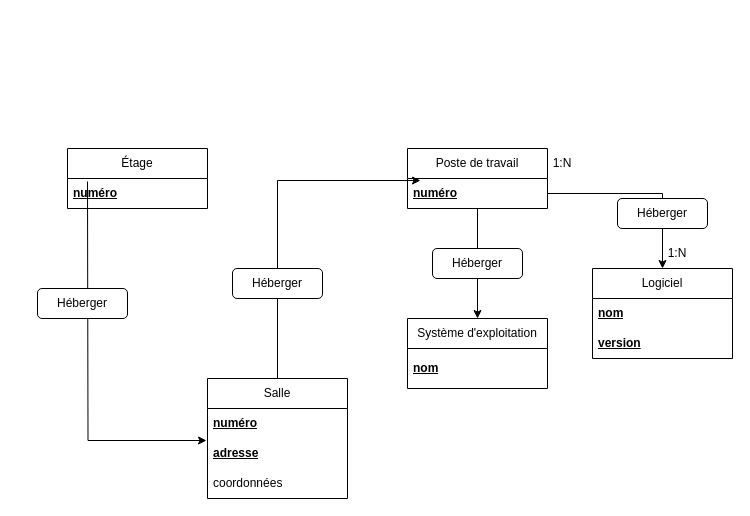
Before: TP-2-Modélisation et manipulation des données sous MySQL/Diagramme sans nom.drawio in florian-alb/administration-bdd-2025, a draw.io diagram. Source tidied: cells renumbered, new cells numbered last; positions are measured from the earlier drawing's top-left corner, leaving out a move shared by most shapes. Both pictures are drawn from the tidied source at 100%, with x=0, y=0 at pixel (37, 148).
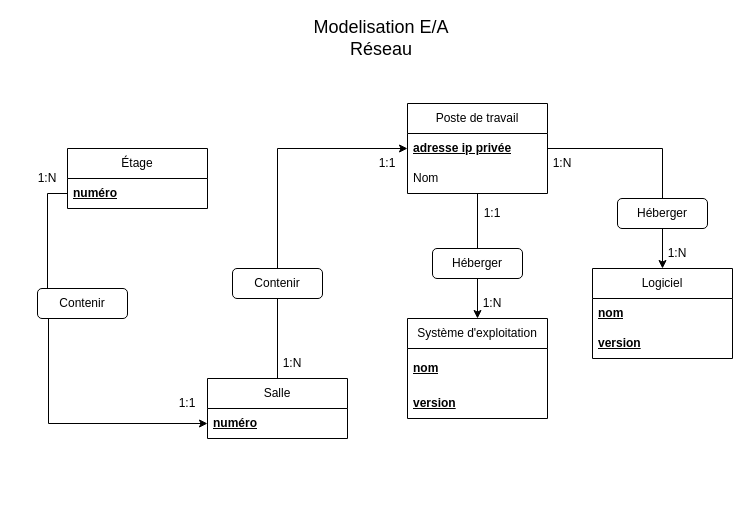
Above is the later version.

Commit message (it also covers changes not shown here):
Mettre à jour Diagramme sans nom.drawio

Unchanged cells that the change refers to:
```xml
<mxCell id="3" value="&lt;b&gt;&lt;u&gt;numéro&lt;/u&gt;&lt;/b&gt;" style="text;strokeColor=none;fillColor=none;align=left;verticalAlign=middle;spacingLeft=4;spacingRight=4;overflow=hidden;points=[[0,0.5],[1,0.5]];portConstraint=eastwest;whiteSpace=wrap;html=1;" parent="2" vertex="1">
  <mxGeometry y="30" width="140" height="30" as="geometry" />
</mxCell>
<mxCell id="14" value="&lt;b&gt;&lt;u&gt;numéro&lt;/u&gt;&lt;/b&gt;" style="text;strokeColor=none;fillColor=none;align=left;verticalAlign=middle;spacingLeft=4;spacingRight=4;overflow=hidden;points=[[0,0.5],[1,0.5]];portConstraint=eastwest;whiteSpace=wrap;html=1;" parent="13" vertex="1">
  <mxGeometry y="30" width="140" height="30" as="geometry" />
</mxCell>
```

Change to the diagram source:
```diff
@@
     <mxCell id="4" value="Système d'exploitation" style="swimlane;fontStyle=0;horizontal=1;startSize=30;whiteSpace=wrap;html=1;" parent="1" vertex="1">
-      <mxGeometry x="370" y="170" width="140" height="70" as="geometry" />
+      <mxGeometry x="370" y="170" width="140" height="100" as="geometry" />
     </mxCell>
@@
+    <mxCell id="25" value="&lt;b&gt;&lt;u&gt;version&lt;/u&gt;&lt;/b&gt;" style="text;strokeColor=none;fillColor=none;align=left;verticalAlign=middle;spacingLeft=4;spacingRight=4;overflow=hidden;whiteSpace=wrap;html=1;" parent="4" vertex="1">
+      <mxGeometry y="70" width="140" height="30" as="geometry" />
+    </mxCell>
@@
     <mxCell id="8" value="Poste de travail" style="swimlane;fontStyle=0;horizontal=1;startSize=30;whiteSpace=wrap;html=1;" parent="1" vertex="1">
-      <mxGeometry x="370" width="140" height="60" as="geometry" />
+      <mxGeometry x="370" y="-45" width="140" height="90" as="geometry" />
     </mxCell>
-    <mxCell id="9" value="&lt;b&gt;&lt;u&gt;numéro&lt;/u&gt;&lt;/b&gt;" style="text;strokeColor=none;fillColor=none;align=left;verticalAlign=middle;spacingLeft=4;spacingRight=4;overflow=hidden;points=[[0,0.5],[1,0.5]];portConstraint=eastwest;whiteSpace=wrap;html=1;" parent="8" vertex="1">
+    <mxCell id="9" value="&lt;b&gt;&lt;u&gt;adresse ip privée&lt;/u&gt;&lt;/b&gt;" style="text;strokeColor=none;fillColor=none;align=left;verticalAlign=middle;spacingLeft=4;spacingRight=4;overflow=hidden;points=[[0,0.5],[1,0.5]];portConstraint=eastwest;whiteSpace=wrap;html=1;" parent="8" vertex="1">
       <mxGeometry y="30" width="140" height="30" as="geometry" />
     </mxCell>
+    <mxCell id="26" value="Nom" style="text;strokeColor=none;fillColor=none;align=left;verticalAlign=middle;spacingLeft=4;spacingRight=4;overflow=hidden;whiteSpace=wrap;html=1;" parent="8" vertex="1">
+      <mxGeometry y="60" width="140" height="30" as="geometry" />
+    </mxCell>
@@
     <mxCell id="13" value="Salle" style="swimlane;fontStyle=0;horizontal=1;startSize=30;whiteSpace=wrap;html=1;" parent="1" vertex="1">
-      <mxGeometry x="170" y="230" width="140" height="120" as="geometry" />
+      <mxGeometry x="170" y="230" width="140" height="60" as="geometry" />
     </mxCell>
@@
-    <mxCell id="15" value="&lt;b&gt;&lt;u&gt;adresse&lt;/u&gt;&lt;/b&gt;" style="text;strokeColor=none;fillColor=none;align=left;verticalAlign=middle;spacingLeft=4;spacingRight=4;overflow=hidden;points=[[0,0.5],[1,0.5]];portConstraint=eastwest;whiteSpace=wrap;html=1;" parent="13" vertex="1">
-      <mxGeometry y="60" width="140" height="30" as="geometry" />
-    </mxCell>
-    <mxCell id="16" value="coordonnées" style="text;strokeColor=none;fillColor=none;align=left;verticalAlign=middle;spacingLeft=4;spacingRight=4;overflow=hidden;whiteSpace=wrap;html=1;" parent="13" vertex="1">
-      <mxGeometry y="90" width="140" height="30" as="geometry" />
-    </mxCell>
@@
-    <mxCell id="19" style="edgeStyle=orthogonalEdgeStyle;rounded=0;jettySize=auto;html=1;entryX=-0.007;entryY=0.067;entryDx=0;entryDy=0;entryPerimeter=0;" parent="1" edge="1" target="15">
+    <mxCell id="19" style="edgeStyle=orthogonalEdgeStyle;rounded=0;jettySize=auto;html=1;exitX=0;exitY=0.5;exitDx=0;exitDy=0;entryX=0;entryY=0.5;entryDx=0;entryDy=0;" parent="1" edge="1" source="3" target="14">
       <mxGeometry relative="1" as="geometry">
-        <mxPoint x="50" y="33" as="sourcePoint" />
+        <Array as="points">
+          <mxPoint x="10" y="45" />
+          <mxPoint x="10" y="168" />
+          <mxPoint x="11" y="168" />
+          <mxPoint x="11" y="275" />
+        </Array>
       </mxGeometry>
     </mxCell>
+    <mxCell id="21" value="Contenir" style="rounded=1;whiteSpace=wrap;html=1;" parent="1" vertex="1">
+      <mxGeometry y="140" width="90" height="30" as="geometry" />
+    </mxCell>
-    <mxCell id="20" style="edgeStyle=orthogonalEdgeStyle;rounded=0;jettySize=auto;html=1;entryX=0.093;entryY=0.067;entryDx=0;entryDy=0;entryPerimeter=0;" parent="1" edge="1" source="13" target="9">
+    <mxCell id="20" style="edgeStyle=orthogonalEdgeStyle;rounded=0;jettySize=auto;html=1;entryX=0;entryY=0.5;entryDx=0;entryDy=0;" parent="1" edge="1" source="13" target="9">
       <mxGeometry relative="1" as="geometry" />
     </mxCell>
-    <mxCell id="21" value="Héberger" style="rounded=1;whiteSpace=wrap;html=1;" parent="1" vertex="1">
-      <mxGeometry y="140" width="90" height="30" as="geometry" />
-    </mxCell>
-    <mxCell id="22" value="Héberger" style="rounded=1;whiteSpace=wrap;html=1;" parent="1" vertex="1">
+    <mxCell id="22" value="Contenir" style="rounded=1;whiteSpace=wrap;html=1;" parent="1" vertex="1">
       <mxGeometry x="195" y="120" width="90" height="30" as="geometry" />
     </mxCell>
@@
+    <mxCell id="27" value="1:N" style="text;html=1;align=center;verticalAlign=middle;whiteSpace=wrap;rounded=0;" parent="1" vertex="1">
+      <mxGeometry x="-20" y="15" width="60" height="30" as="geometry" />
+    </mxCell>
+    <mxCell id="28" value="1:1" style="text;html=1;align=center;verticalAlign=middle;whiteSpace=wrap;rounded=0;" parent="1" vertex="1">
+      <mxGeometry x="120" y="240" width="60" height="30" as="geometry" />
+    </mxCell>
+    <mxCell id="29" value="1:N" style="text;html=1;align=center;verticalAlign=middle;whiteSpace=wrap;rounded=0;" parent="1" vertex="1">
+      <mxGeometry x="225" y="200" width="60" height="30" as="geometry" />
+    </mxCell>
+    <mxCell id="30" value="1:1" style="text;html=1;align=center;verticalAlign=middle;whiteSpace=wrap;rounded=0;" parent="1" vertex="1">
+      <mxGeometry x="425" y="50" width="60" height="30" as="geometry" />
+    </mxCell>
+    <mxCell id="31" value="1:N" style="text;html=1;align=center;verticalAlign=middle;whiteSpace=wrap;rounded=0;" parent="1" vertex="1">
+      <mxGeometry x="425" y="140" width="60" height="30" as="geometry" />
+    </mxCell>
+    <mxCell id="32" value="1:1" style="text;html=1;align=center;verticalAlign=middle;whiteSpace=wrap;rounded=0;" parent="1" vertex="1">
+      <mxGeometry x="320" width="60" height="30" as="geometry" />
+    </mxCell>
+    <mxCell id="33" value="&lt;font style=&quot;font-size: 18px;&quot;&gt;Modelisation E/A Réseau&lt;/font&gt;" style="text;html=1;align=center;verticalAlign=middle;whiteSpace=wrap;rounded=0;" parent="1" vertex="1">
+      <mxGeometry x="274" y="-125" width="140" height="30" as="geometry" />
+    </mxCell>
```
